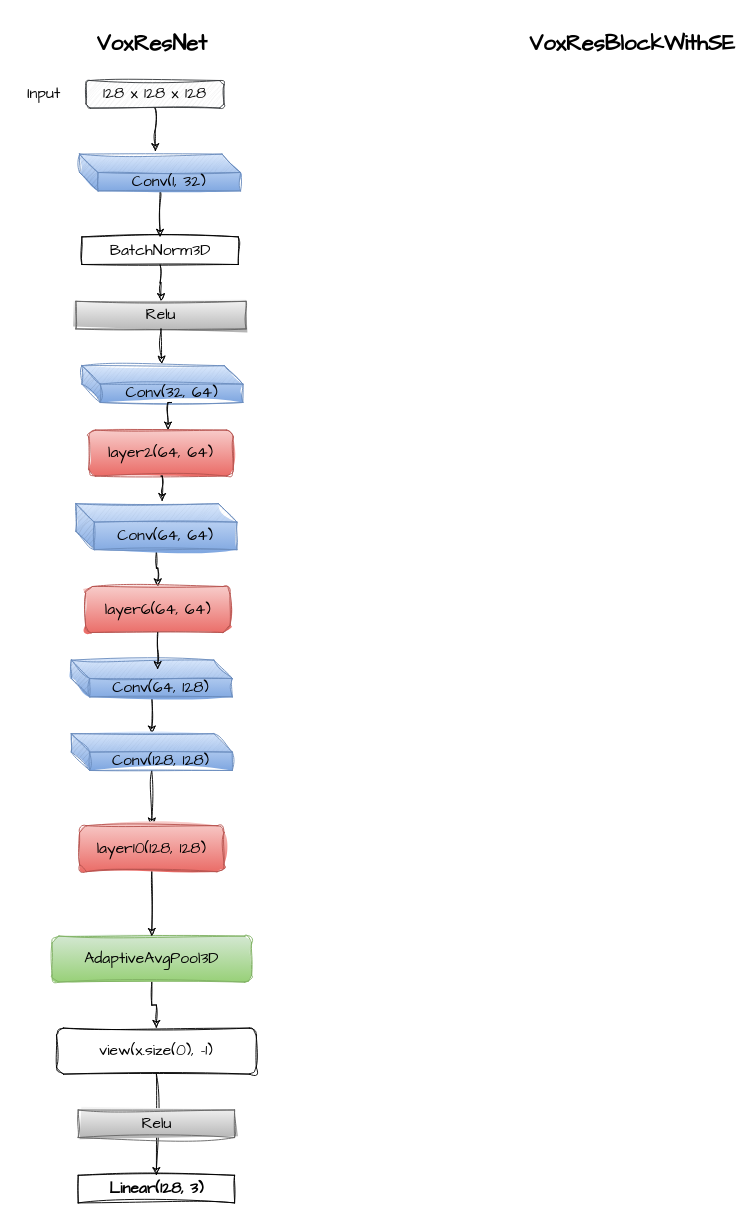
The draw.io diagram page "第 1 页" (1 of 4) of adnir.drawio in LittleY98/Draw_Repository, before the edit. Source tidied: cells renumbered, new cells numbered last; positions are measured from the earlier drawing's top-left corner, leaving out a move shared by most shapes. Both pictures are drawn from the tidied source at 92%, with x=0, y=0 at pixel (16, 25).
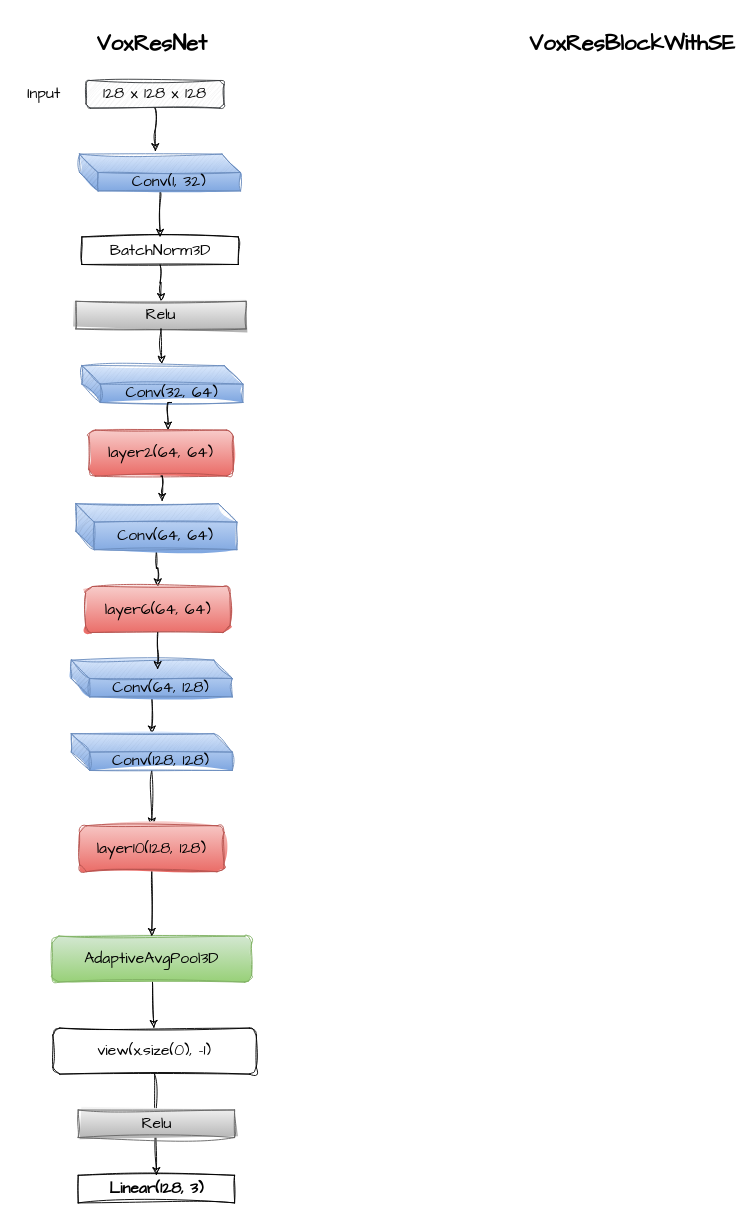
The same page after the edit.

The change refers to these unchanged cells:
```xml
<mxCell id="19" value="AdaptiveAvgPool3D" style="rounded=1;whiteSpace=wrap;html=1;hachureGap=4;fontFamily=Architects Daughter;fontSize=17;labelBackgroundColor=none;fillColor=#d5e8d4;gradientColor=#97d077;strokeColor=#82b366;sketch=1;curveFitting=1;jiggle=2;" parent="1" vertex="1">
  <mxGeometry x="39" y="990" width="217" height="50" as="geometry" />
</mxCell>
```

Change to the diagram source:
```diff
@@
-    <mxCell id="18" style="edgeStyle=orthogonalEdgeStyle;rounded=0;hachureGap=4;jettySize=auto;html=1;fontFamily=Architects Daughter;fontSize=16;sketch=1;curveFitting=1;jiggle=2;" parent="1" edge="1" source="19" target="21">
+    <mxCell id="18" style="rounded=0;hachureGap=4;jettySize=auto;html=1;fontFamily=Architects Daughter;fontSize=16;sketch=1;curveFitting=1;jiggle=2;" parent="1" edge="1" source="19" target="21">
       <mxGeometry relative="1" as="geometry" />
     </mxCell>
@@
     <mxCell id="21" value="&lt;div style=&quot;text-align: left; font-size: 17px;&quot;&gt;&lt;span style=&quot;font-size: 17px;&quot;&gt;view(x.size(&lt;/span&gt;&lt;font style=&quot;font-size: 17px;&quot;&gt;0), -1)&lt;/font&gt;&lt;/div&gt;" style="rounded=1;whiteSpace=wrap;html=1;hachureGap=4;fontFamily=Architects Daughter;fontSize=17;labelBackgroundColor=none;sketch=1;curveFitting=1;jiggle=2;" parent="1" vertex="1">
-      <mxGeometry x="44" y="1090" width="217" height="50" as="geometry" />
+      <mxGeometry x="40" y="1090" width="221" height="50" as="geometry" />
     </mxCell>
```
